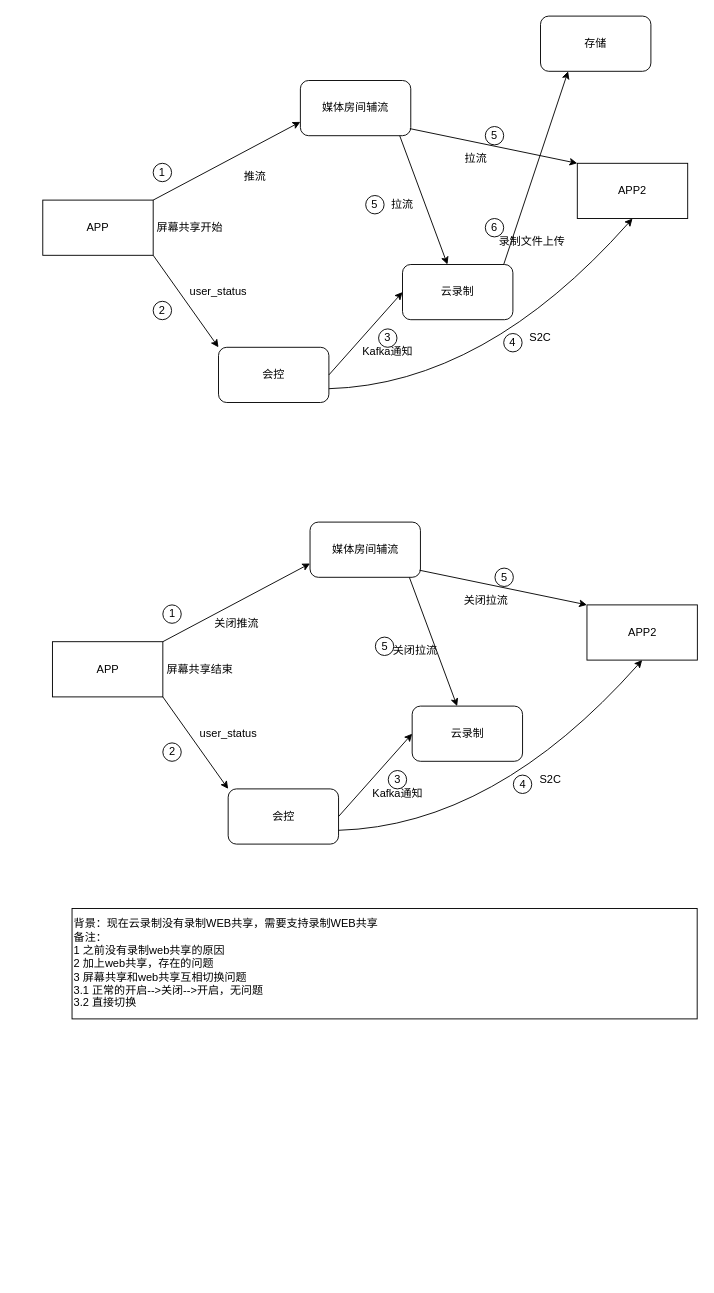
This is arch/云录制支持文档共享.drawio from melonshell/draw.io, a draw.io file, before an edit. Source tidied: cells renumbered, new cells numbered last; positions are measured from the earlier drawing's top-left corner, leaving out a move shared by most shapes. Both pictures are drawn from the tidied source at 92%, with x=0, y=0 at pixel (42, 16).
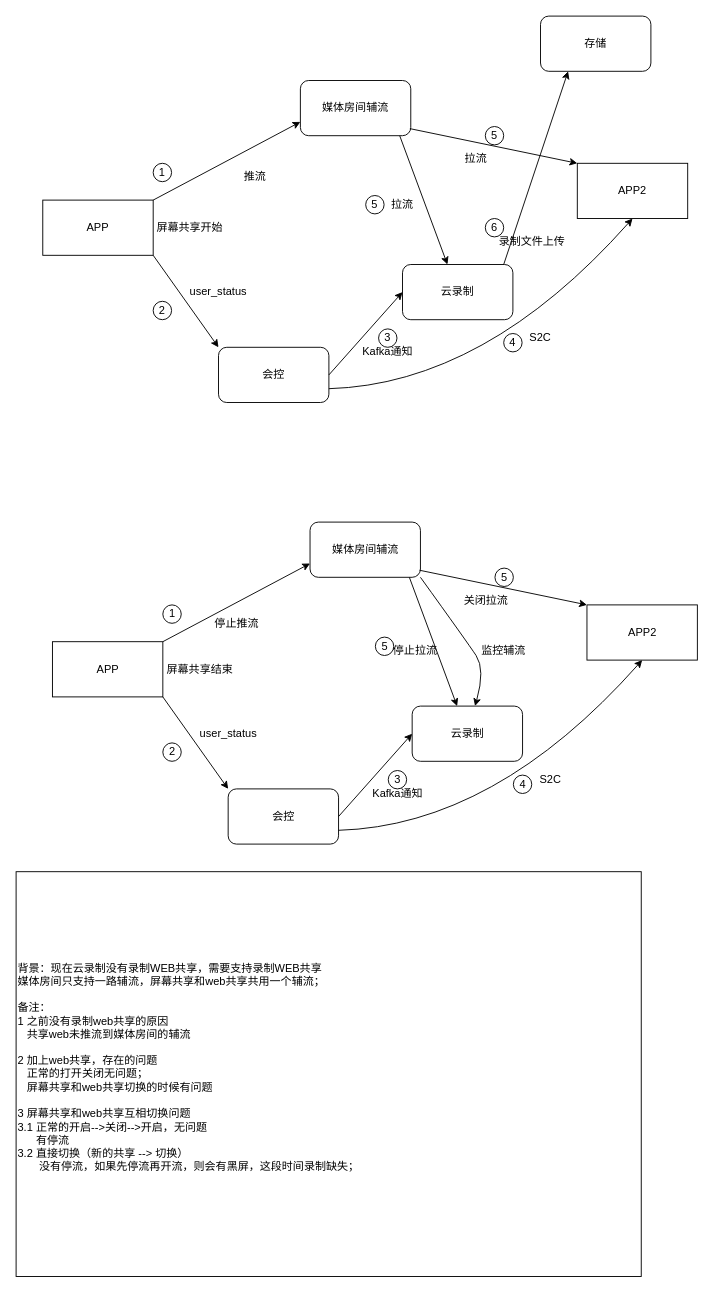
Above is the later version.

Commit message:
更新云录制支持文档共享.drawio

The change refers to these unchanged cells:
```xml
<mxCell id="26" value="媒体房间辅流" style="rounded=1;whiteSpace=wrap;html=1;" parent="1" vertex="1">
  <mxGeometry x="290.5" y="550" width="120" height="60" as="geometry" />
</mxCell>
<mxCell id="28" value="云录制" style="rounded=1;whiteSpace=wrap;html=1;" parent="1" vertex="1">
  <mxGeometry x="401.5" y="750" width="120" height="60" as="geometry" />
</mxCell>
```

Diff of the diagram source:
```diff
@@
-    <mxCell id="35" value="关闭拉流" style="rounded=0;whiteSpace=wrap;html=1;fillColor=none;strokeColor=none;" parent="1" vertex="1">
+    <mxCell id="35" value="停止拉流" style="rounded=0;whiteSpace=wrap;html=1;fillColor=none;strokeColor=none;" parent="1" vertex="1">
       <mxGeometry x="365" y="675" width="80" height="30" as="geometry" />
     </mxCell>
@@
-    <mxCell id="49" value="关闭推流" style="rounded=0;whiteSpace=wrap;html=1;fillColor=none;strokeColor=none;" parent="1" vertex="1">
+    <mxCell id="49" value="停止推流" style="rounded=0;whiteSpace=wrap;html=1;fillColor=none;strokeColor=none;" parent="1" vertex="1">
       <mxGeometry x="171" y="645" width="80" height="30" as="geometry" />
     </mxCell>
-    <mxCell id="50" value="背景：现在云录制没有录制WEB共享，需要支持录制WEB共享&lt;br&gt;备注：&lt;br&gt;1 之前没有录制web共享的原因&lt;br&gt;2 加上web共享，存在的问题&lt;br&gt;3 屏幕共享和web共享互相切换问题&lt;br&gt;3.1 正常的开启--&amp;gt;关闭--&amp;gt;开启，无问题&lt;br&gt;3.2 直接切换" style="rounded=0;whiteSpace=wrap;html=1;fillColor=none;align=left;" parent="1" vertex="1">
-      <mxGeometry x="31.8" y="970" width="679.5" height="120" as="geometry" />
+    <mxCell id="50" value="背景：现在云录制没有录制WEB共享，需要支持录制WEB共享&lt;br&gt;媒体房间只支持一路辅流，屏幕共享和web共享共用一个辅流；&lt;br&gt;&lt;br&gt;备注：&lt;br&gt;1 之前没有录制web共享的原因&lt;br&gt;&amp;nbsp; &amp;nbsp;共享web未推流到媒体房间的辅流&lt;br&gt;&lt;br&gt;2 加上web共享，存在的问题&lt;br&gt;&amp;nbsp; &amp;nbsp;正常的打开关闭无问题；&lt;br&gt;&amp;nbsp; &amp;nbsp;屏幕共享和web共享切换的时候有问题&amp;nbsp; &amp;nbsp;&lt;br&gt;&lt;br&gt;3 屏幕共享和web共享互相切换问题&lt;br&gt;3.1 正常的开启--&amp;gt;关闭--&amp;gt;开启，无问题&lt;br&gt;&amp;nbsp; &amp;nbsp; &amp;nbsp; 有停流&lt;br&gt;3.2 直接切换（新的共享 --&amp;gt; 切换）&lt;br&gt;&amp;nbsp; &amp;nbsp; &amp;nbsp; &amp;nbsp;没有停流，如果先停流再开流，则会有黑屏，这段时间录制缺失；&lt;br&gt;&amp;nbsp; &amp;nbsp; &amp;nbsp; &amp;nbsp;" style="rounded=0;whiteSpace=wrap;html=1;fillColor=none;align=left;" parent="1" vertex="1">
+      <mxGeometry x="-29" y="930" width="679.5" height="440" as="geometry" />
     </mxCell>
@@
+    <mxCell id="55" style="curved=1;endArrow=classic;html=1;rounded=0;exitX=1;exitY=1;exitDx=0;exitDy=0;" parent="1" edge="1" source="26" target="28">
+      <mxGeometry relative="1" as="geometry">
+        <Array as="points">
+          <mxPoint x="461" y="680" />
+          <mxPoint x="481" y="710" />
+        </Array>
+      </mxGeometry>
+    </mxCell>
+    <mxCell id="56" value="监控辅流" style="rounded=0;whiteSpace=wrap;html=1;fillColor=none;strokeColor=none;" parent="1" vertex="1">
+      <mxGeometry x="461" y="675" width="80" height="30" as="geometry" />
+    </mxCell>
```
